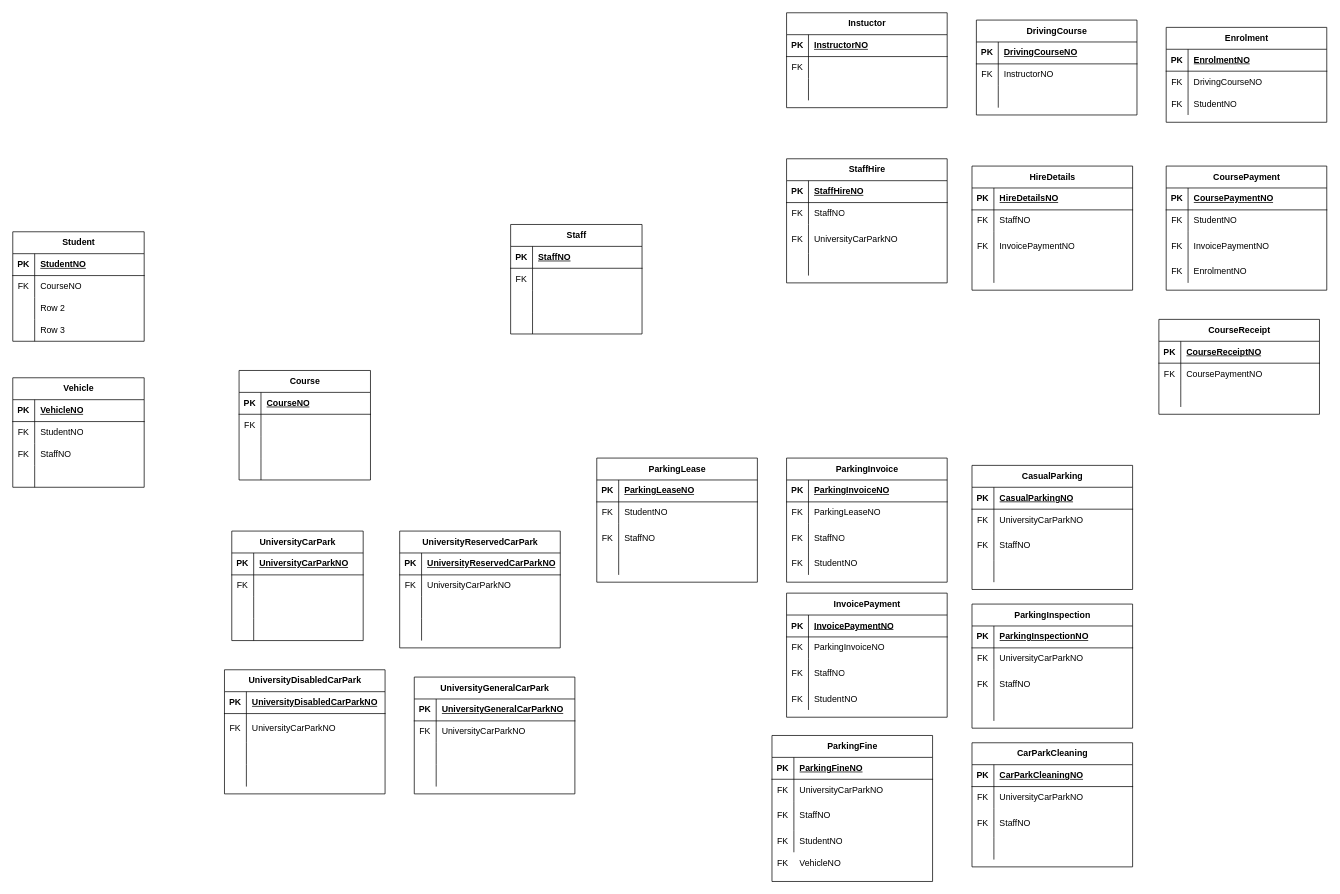
The draw.io diagram assessmentdatabase.drawio in newineffect14/IntroToIT, before the edit. Source tidied: cells renumbered, new cells numbered last; positions are measured from the earlier drawing's top-left corner, leaving out a move shared by most shapes. Both pictures are drawn from the tidied source at 73%, with x=0, y=0 at pixel (12, 12).
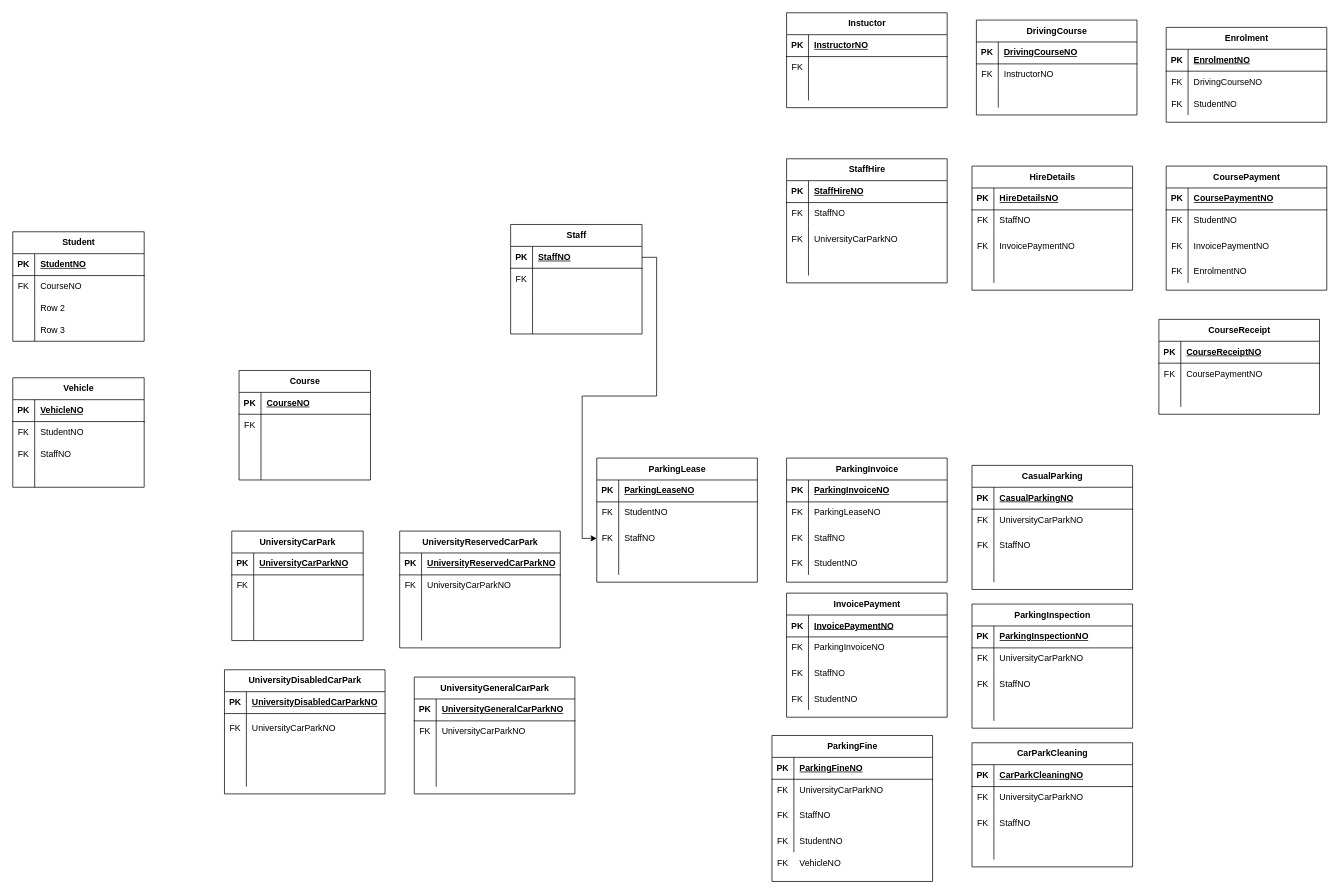
After the change.

The change refers to these unchanged cells:
```xml
<mxCell id="16" style="shape=tableRow;horizontal=0;startSize=0;swimlaneHead=0;swimlaneBody=0;fillColor=none;points=[[0,0.5],[1,0.5]];portConstraint=eastwest;top=0;left=0;right=0;bottom=1;" parent="15" vertex="1">
  <mxGeometry y="30" width="180" height="30" as="geometry" />
</mxCell>
<mxCell id="113" style="shape=tableRow;horizontal=0;startSize=0;swimlaneHead=0;swimlaneBody=0;fillColor=none;points=[[0,0.5],[1,0.5]];portConstraint=eastwest;top=0;left=0;right=0;bottom=0;" parent="106" vertex="1">
  <mxGeometry y="90" width="220" height="40" as="geometry" />
</mxCell>
```

The edit, as a diff of the source:
```diff
@@
+    <mxCell id="279" style="edgeStyle=orthogonalEdgeStyle;rounded=0;jettySize=auto;html=1;entryX=0;entryY=0.5;entryDx=0;entryDy=0;" parent="1" edge="1" source="16" target="113">
+      <mxGeometry relative="1" as="geometry" />
+    </mxCell>
```
